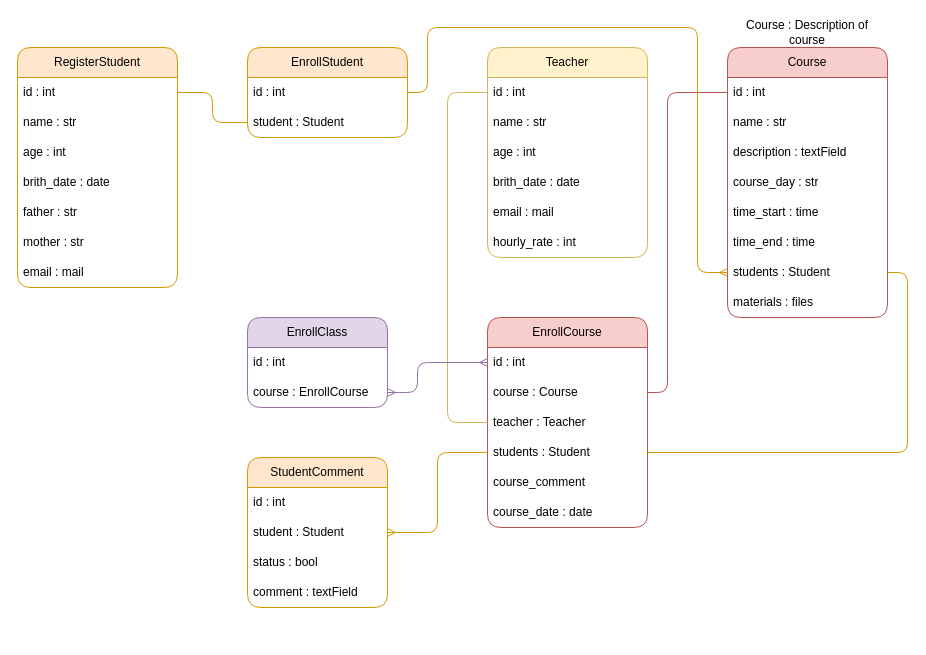
Earlier version of the draw.io diagram design/model.drawio (SteveIsReal/student_management_V2). Source tidied: cells renumbered, new cells numbered last; positions are measured from the earlier drawing's top-left corner, leaving out a move shared by most shapes. Both pictures are drawn from the tidied source at 100%, with x=0, y=0 at pixel (17, 17).
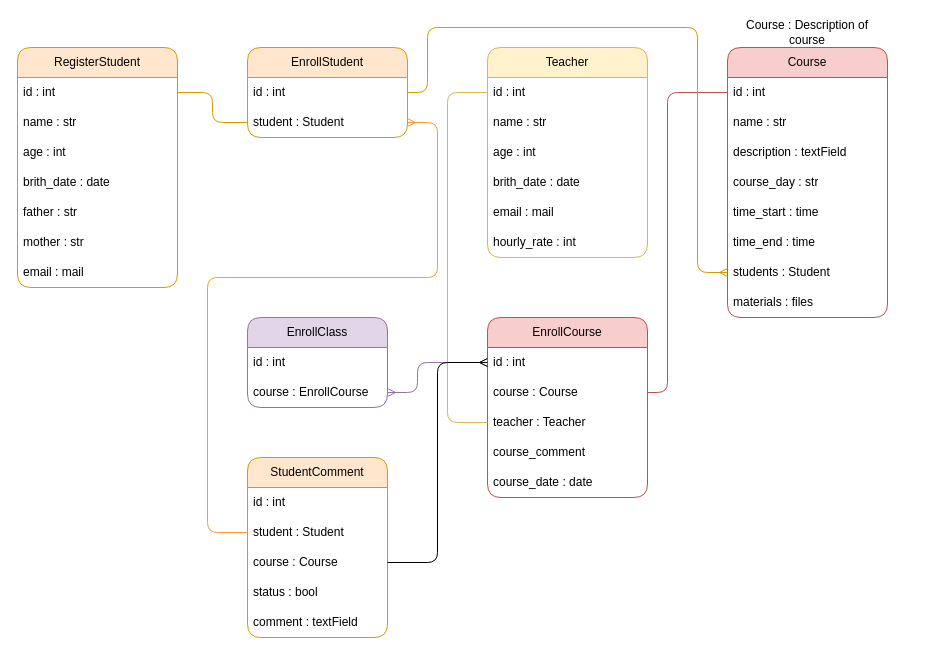
The same diagram, later.

Unchanged cells that the change refers to:
```xml
<mxCell id="24" value="students : Student" style="text;strokeColor=none;fillColor=none;align=left;verticalAlign=middle;spacingLeft=4;spacingRight=4;overflow=hidden;points=[[0,0.5],[1,0.5]];portConstraint=eastwest;whiteSpace=wrap;html=1;rounded=1;" parent="17" vertex="1">
  <mxGeometry y="210" width="160" height="30" as="geometry" />
</mxCell>
<mxCell id="27" value="id : int" style="text;strokeColor=none;fillColor=none;align=left;verticalAlign=middle;spacingLeft=4;spacingRight=4;overflow=hidden;points=[[0,0.5],[1,0.5]];portConstraint=eastwest;whiteSpace=wrap;html=1;rounded=1;" parent="26" vertex="1">
  <mxGeometry y="30" width="160" height="30" as="geometry" />
</mxCell>
<mxCell id="36" value="student : Student" style="text;strokeColor=none;fillColor=none;align=left;verticalAlign=middle;spacingLeft=4;spacingRight=4;overflow=hidden;points=[[0,0.5],[1,0.5]];portConstraint=eastwest;whiteSpace=wrap;html=1;rounded=1;" parent="34" vertex="1">
  <mxGeometry y="60" width="160" height="30" as="geometry" />
</mxCell>
<mxCell id="48" value="student : Student" style="text;strokeColor=none;fillColor=none;align=left;verticalAlign=middle;spacingLeft=4;spacingRight=4;overflow=hidden;points=[[0,0.5],[1,0.5]];portConstraint=eastwest;whiteSpace=wrap;html=1;" parent="46" vertex="1">
  <mxGeometry y="60" width="140" height="30" as="geometry" />
</mxCell>
```

What changed in the source:
```diff
@@
     <mxCell id="26" value="EnrollCourse" style="swimlane;fontStyle=0;horizontal=1;startSize=30;whiteSpace=wrap;html=1;rounded=1;arcSize=15;fillColor=#f8cecc;strokeColor=#b85450;" parent="1" vertex="1">
-      <mxGeometry x="470" y="300" width="160" height="210" as="geometry" />
+      <mxGeometry x="470" y="300" width="160" height="180" as="geometry" />
     </mxCell>
@@
-    <mxCell id="30" value="students : Student" style="text;strokeColor=none;fillColor=none;align=left;verticalAlign=middle;spacingLeft=4;spacingRight=4;overflow=hidden;points=[[0,0.5],[1,0.5]];portConstraint=eastwest;whiteSpace=wrap;html=1;rounded=1;" parent="26" vertex="1">
-      <mxGeometry y="120" width="160" height="30" as="geometry" />
-    </mxCell>
     <mxCell id="31" value="course_comment" style="text;strokeColor=none;fillColor=none;align=left;verticalAlign=middle;spacingLeft=4;spacingRight=4;overflow=hidden;whiteSpace=wrap;html=1;rounded=1;" parent="26" vertex="1">
-      <mxGeometry y="150" width="160" height="30" as="geometry" />
+      <mxGeometry y="120" width="160" height="30" as="geometry" />
     </mxCell>
     <mxCell id="32" value="course_date : date" style="text;strokeColor=none;fillColor=none;align=left;verticalAlign=middle;spacingLeft=4;spacingRight=4;overflow=hidden;whiteSpace=wrap;html=1;rounded=1;" parent="26" vertex="1">
-      <mxGeometry y="180" width="160" height="30" as="geometry" />
+      <mxGeometry y="150" width="160" height="30" as="geometry" />
     </mxCell>
@@
-    <mxCell id="41" style="edgeStyle=orthogonalEdgeStyle;html=1;exitX=1;exitY=0.5;exitDx=0;exitDy=0;entryX=1;entryY=0.5;entryDx=0;entryDy=0;endArrow=none;endFill=0;fillColor=#ffe6cc;strokeColor=#d79b00;" parent="1" edge="1" source="24" target="30">
-      <mxGeometry relative="1" as="geometry">
-        <Array as="points">
-          <mxPoint x="890" y="255" />
-          <mxPoint x="890" y="435" />
-        </Array>
-      </mxGeometry>
-    </mxCell>
@@
     <mxCell id="46" value="StudentComment" style="swimlane;fontStyle=0;horizontal=1;startSize=30;whiteSpace=wrap;html=1;rounded=1;fillColor=#ffe6cc;strokeColor=#d79b00;" parent="1" vertex="1">
-      <mxGeometry x="230" y="440" width="140" height="150" as="geometry" />
+      <mxGeometry x="230" y="440" width="140" height="180" as="geometry" />
     </mxCell>
@@
+    <mxCell id="52" value="course : Course" style="text;strokeColor=none;fillColor=none;align=left;verticalAlign=middle;spacingLeft=4;spacingRight=4;overflow=hidden;points=[[0,0.5],[1,0.5]];portConstraint=eastwest;whiteSpace=wrap;html=1;" parent="46" vertex="1">
+      <mxGeometry y="90" width="140" height="30" as="geometry" />
+    </mxCell>
     <mxCell id="49" value="status : bool" style="text;strokeColor=none;fillColor=none;align=left;verticalAlign=middle;spacingLeft=4;spacingRight=4;overflow=hidden;whiteSpace=wrap;html=1;" parent="46" vertex="1">
-      <mxGeometry y="90" width="140" height="30" as="geometry" />
+      <mxGeometry y="120" width="140" height="30" as="geometry" />
     </mxCell>
     <mxCell id="50" value="comment : textField" style="text;strokeColor=none;fillColor=none;align=left;verticalAlign=middle;spacingLeft=4;spacingRight=4;overflow=hidden;whiteSpace=wrap;html=1;" parent="46" vertex="1">
-      <mxGeometry y="120" width="140" height="30" as="geometry" />
+      <mxGeometry y="150" width="140" height="30" as="geometry" />
     </mxCell>
-    <mxCell id="51" style="edgeStyle=orthogonalEdgeStyle;rounded=1;html=1;exitX=1;exitY=0.5;exitDx=0;exitDy=0;entryX=0;entryY=0.5;entryDx=0;entryDy=0;endArrow=none;endFill=0;startArrow=ERmany;startFill=0;fillColor=#ffe6cc;strokeColor=#d79b00;" parent="1" edge="1" source="48" target="30">
-      <mxGeometry relative="1" as="geometry" />
-    </mxCell>
+    <mxCell id="53" style="edgeStyle=orthogonalEdgeStyle;html=1;exitX=0;exitY=0.5;exitDx=0;exitDy=0;entryX=1;entryY=0.5;entryDx=0;entryDy=0;endArrow=ERmany;endFill=0;fillColor=#ffcc99;strokeColor=#FF9933;" parent="1" edge="1" source="48" target="36">
+      <mxGeometry relative="1" as="geometry">
+        <Array as="points">
+          <mxPoint x="190" y="515" />
+          <mxPoint x="190" y="260" />
+          <mxPoint x="420" y="260" />
+          <mxPoint x="420" y="105" />
+        </Array>
+      </mxGeometry>
+    </mxCell>
+    <mxCell id="54" style="edgeStyle=orthogonalEdgeStyle;html=1;exitX=1;exitY=0.5;exitDx=0;exitDy=0;entryX=0;entryY=0.5;entryDx=0;entryDy=0;endArrow=ERmany;endFill=0;" parent="1" edge="1" source="52" target="27">
+      <mxGeometry relative="1" as="geometry" />
+    </mxCell>
```
